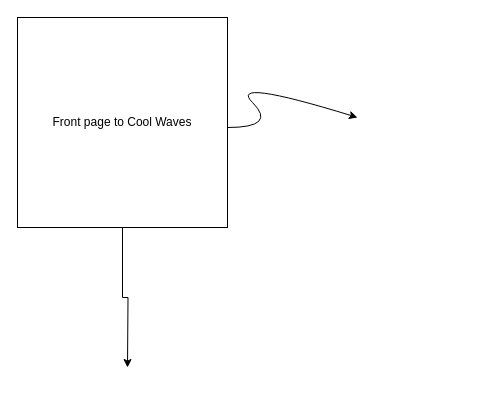
The draw.io diagram Cool Waves.drawio in Elietace/coolwaves, before the edit. Source tidied: cells renumbered, new cells numbered last; positions are measured from the earlier drawing's top-left corner, leaving out a move shared by most shapes. Both pictures are drawn from the tidied source at 100%, with x=0, y=0 at pixel (17, 17).
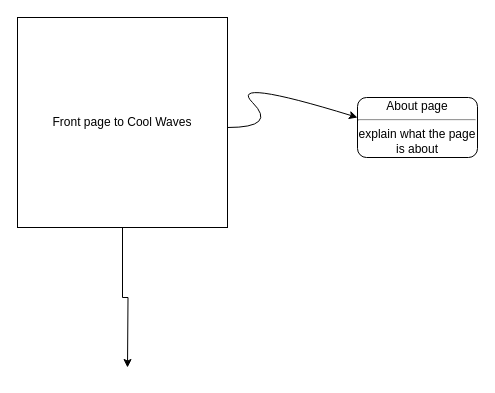
After the change.

What changed in the source:
```diff
@@
 <mxGraphModel>
   <root>
     <mxCell id="0" />
     <mxCell id="1" parent="0" />
     <mxCell id="2" style="edgeStyle=orthogonalEdgeStyle;rounded=0;jettySize=auto;html=1;" parent="1" edge="1" source="3">
       <mxGeometry relative="1" as="geometry">
         <mxPoint x="110" y="350" as="targetPoint" />
       </mxGeometry>
     </mxCell>
     <mxCell id="3" value="Front page to Cool Waves" style="whiteSpace=wrap;html=1;" parent="1" vertex="1">
       <mxGeometry width="210" height="210" as="geometry" />
     </mxCell>
     <mxCell id="4" style="curved=1;endArrow=classic;html=1;rounded=0;" parent="1" edge="1">
       <mxGeometry relative="1" as="geometry">
         <mxPoint x="210" y="110" as="sourcePoint" />
         <mxPoint x="340" y="100" as="targetPoint" />
         <Array as="points">
           <mxPoint x="260" y="110" />
           <mxPoint x="210" y="60" />
         </Array>
       </mxGeometry>
     </mxCell>
+    <mxCell id="5" value="About page&lt;hr&gt;explain what the page is about" style="rounded=1;whiteSpace=wrap;html=1;" parent="1" vertex="1">
+      <mxGeometry x="340" y="80" width="120" height="60" as="geometry" />
+    </mxCell>
   </root>
 </mxGraphModel>
```
